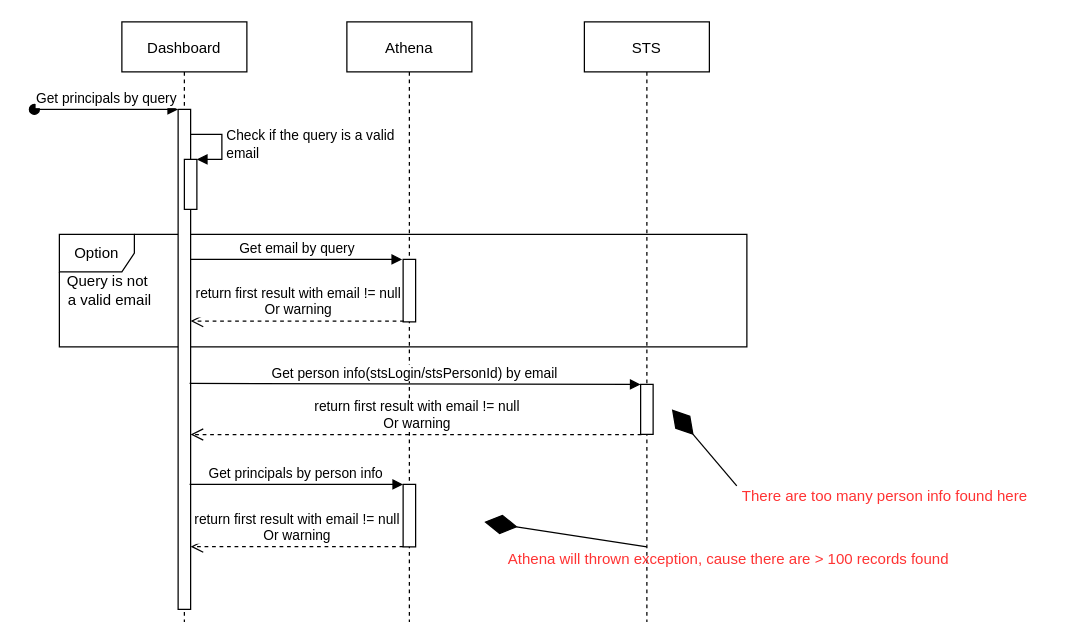
Above: Untitled Diagram.drawio in NJGehe/my-app (draw.io), before the change. Source tidied: cells renumbered, new cells numbered last; positions are measured from the earlier drawing's top-left corner, leaving out a move shared by most shapes. Both pictures are drawn from the tidied source at 125%, with x=0, y=0 at pixel (34, 21).
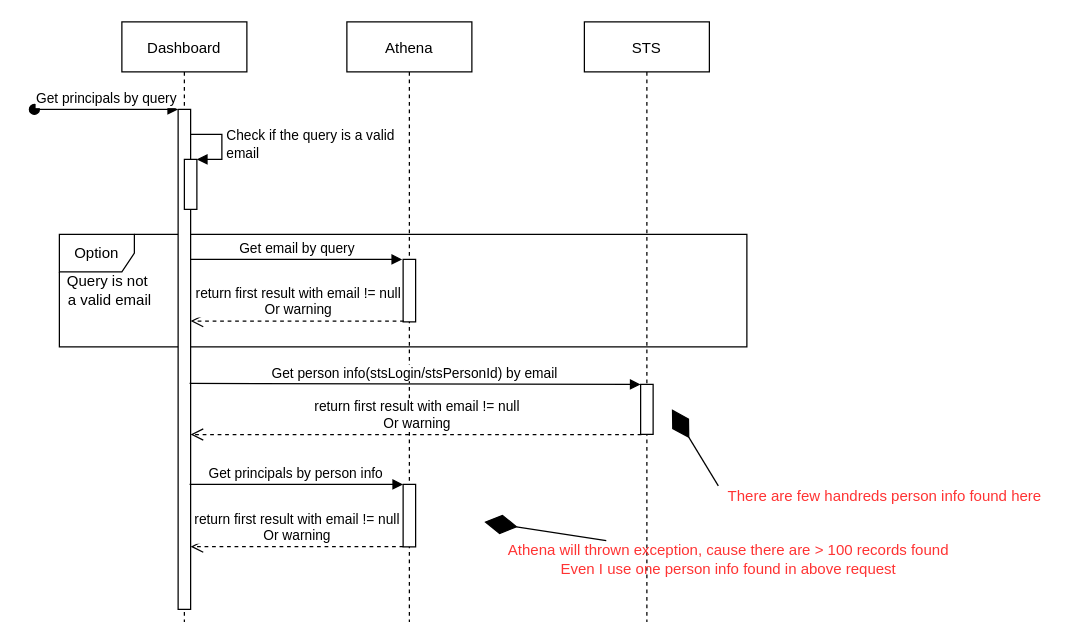
The same page after the edit.

Diff of the diagram source:
```diff
@@
-    <mxCell id="20" value="There are too many person info found here" style="text;html=1;align=center;verticalAlign=middle;points=[];fillColor=none;strokeColor=none;rounded=0;dashed=1;fontColor=#FF3333;" parent="1" vertex="1">
-      <mxGeometry x="560" y="370" width="240" height="20" as="geometry" />
+    <mxCell id="20" value="There are few handreds person info found here" style="text;html=1;align=center;verticalAlign=middle;points=[];fillColor=none;strokeColor=none;rounded=0;dashed=1;fontColor=#FF3333;" parent="1" vertex="1">
+      <mxGeometry x="545" y="370" width="270" height="20" as="geometry" />
     </mxCell>
@@
-    <mxCell id="22" value="Athena will thrown exception, cause there are &amp;gt; 100 records found" style="text;html=1;align=center;verticalAlign=middle;points=[];fillColor=none;strokeColor=none;rounded=0;dashed=1;fontColor=#FF3333;" parent="1" vertex="1">
-      <mxGeometry x="370" y="420" width="370" height="20" as="geometry" />
+    <mxCell id="22" value="Athena will thrown exception, cause there are &amp;gt; 100 records found&lt;br&gt;Even I use one person info found in above request" style="text;html=1;align=center;verticalAlign=middle;points=[];fillColor=none;strokeColor=none;rounded=0;dashed=1;fontColor=#FF3333;" parent="1" vertex="1">
+      <mxGeometry x="370" y="415" width="370" height="30" as="geometry" />
     </mxCell>
```
